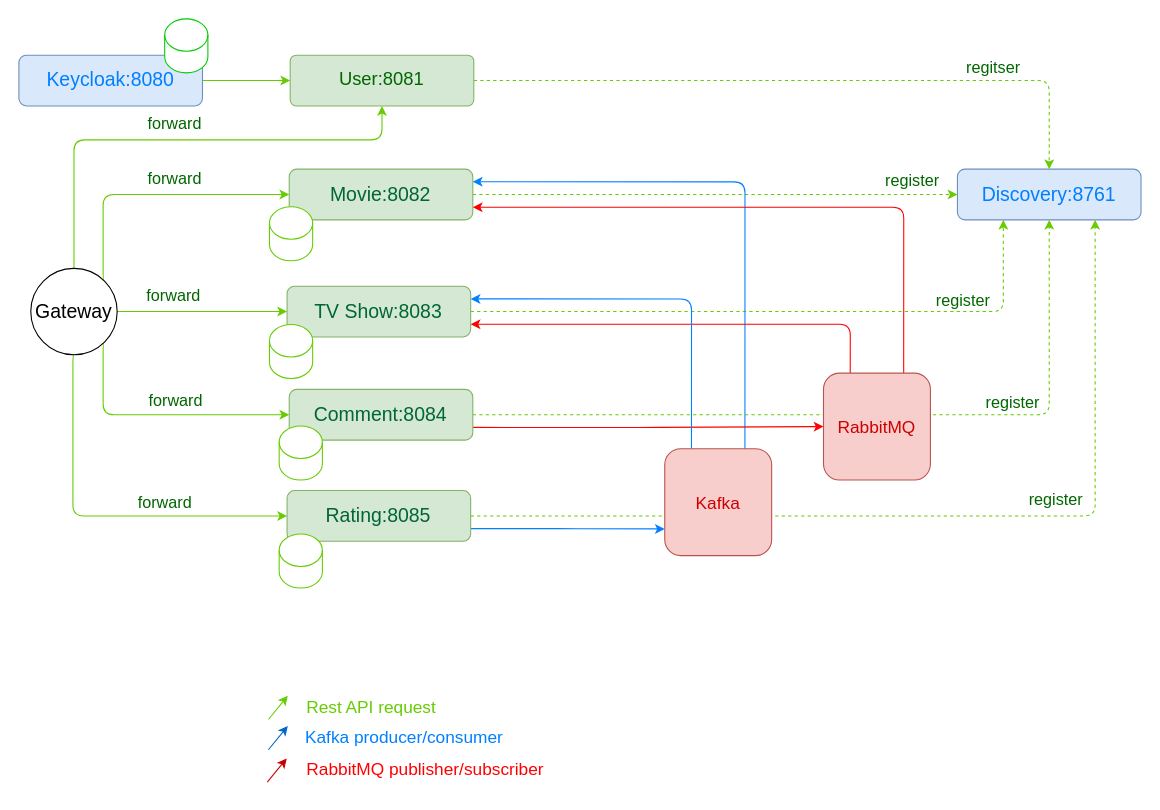
This is assignment.drawio from sainturb/miu-ea-final-project, a draw.io file, before an edit. Source tidied: cells renumbered, new cells numbered last; positions are measured from the earlier drawing's top-left corner, leaving out a move shared by most shapes. Both pictures are drawn from the tidied source at 108%, with x=0, y=0 at pixel (18, 18).
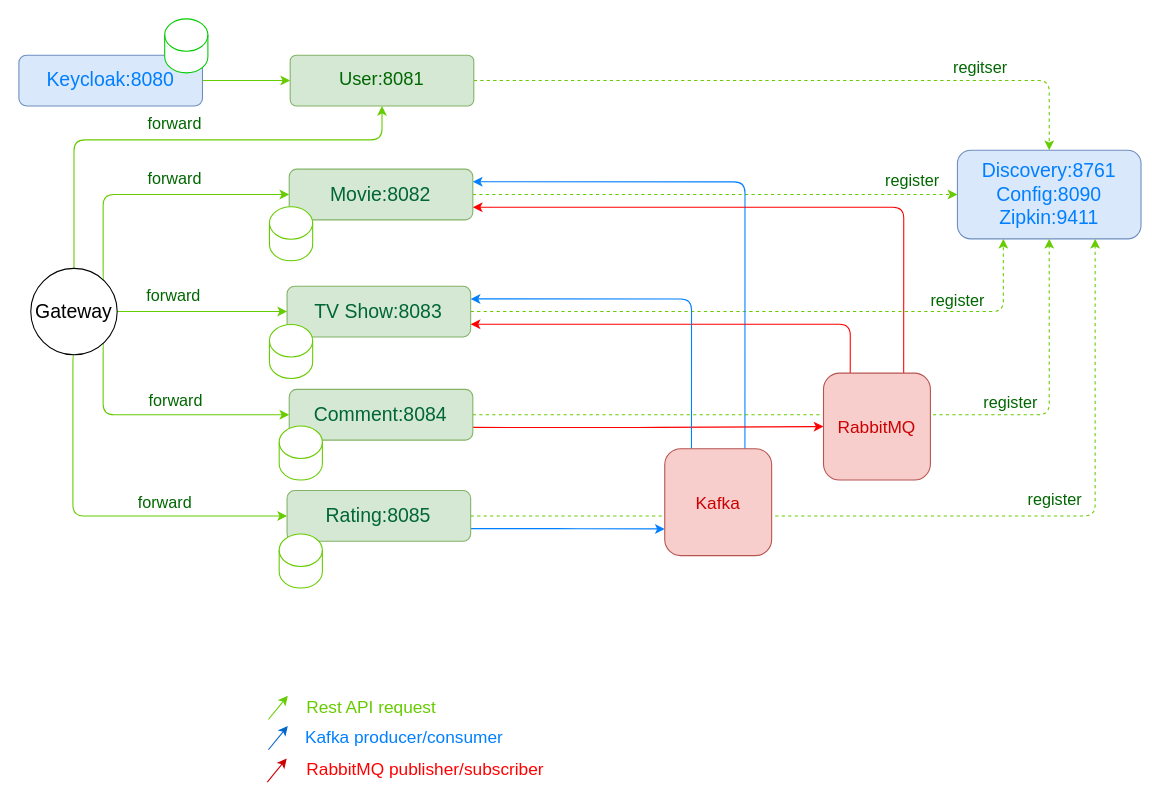
After the change.

The edit, as a diff of the source:
```diff
@@
-    <mxCell id="30" value="Discovery:8761" style="rounded=1;whiteSpace=wrap;html=1;fontSize=18;fillColor=#dae8fc;strokeColor=#6c8ebf;fontColor=#007FFF;" parent="1" vertex="1">
-      <mxGeometry x="869" y="139.1" width="170" height="47" as="geometry" />
+    <mxCell id="30" value="Discovery:8761&lt;br&gt;Config:8090&lt;br&gt;Zipkin:9411" style="rounded=1;whiteSpace=wrap;html=1;fontSize=18;fillColor=#dae8fc;strokeColor=#6c8ebf;fontColor=#007FFF;" parent="1" vertex="1">
+      <mxGeometry x="869" y="121.6" width="170" height="82.1" as="geometry" />
     </mxCell>
```
